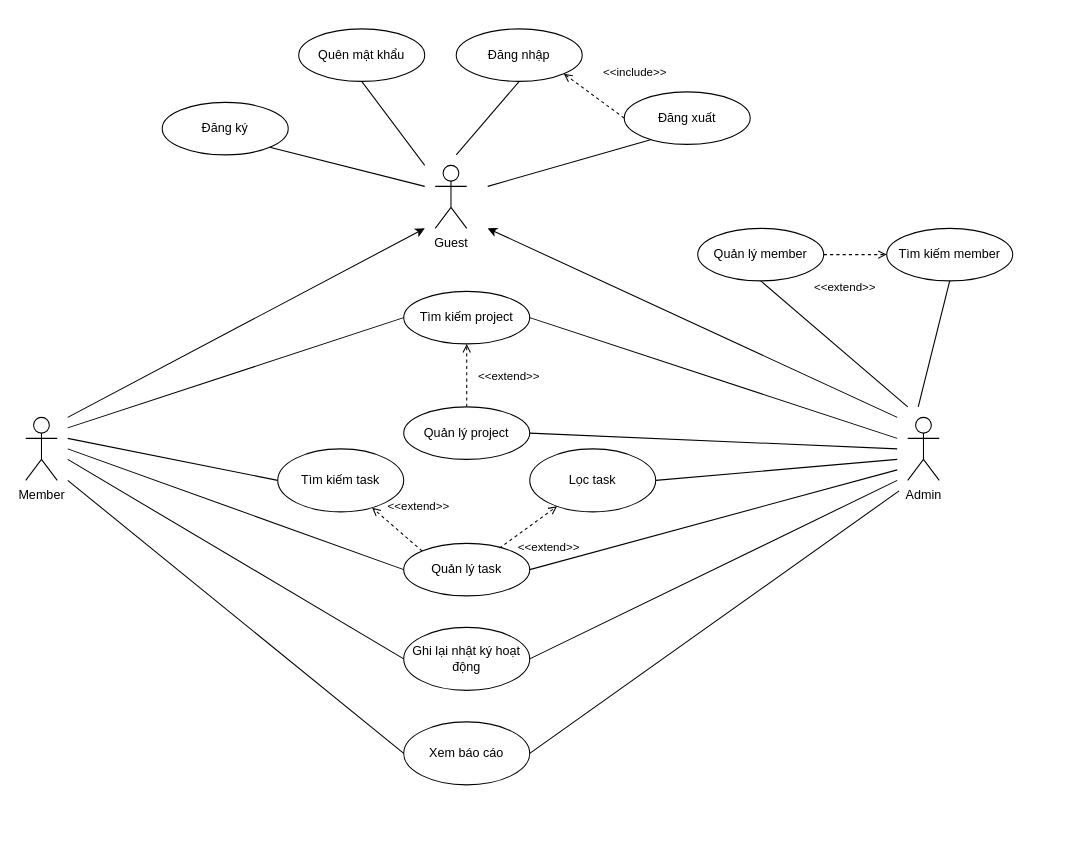
Before: page "Page-1" (1 of 7) of Untitled Diagram.drawio in NightFury712/Demo-Project-2, a draw.io diagram. Source tidied: cells renumbered, new cells numbered last; positions are measured from the earlier drawing's top-left corner, leaving out a move shared by most shapes. Both pictures are drawn from the tidied source at 105%, with x=0, y=0 at pixel (25, 28).
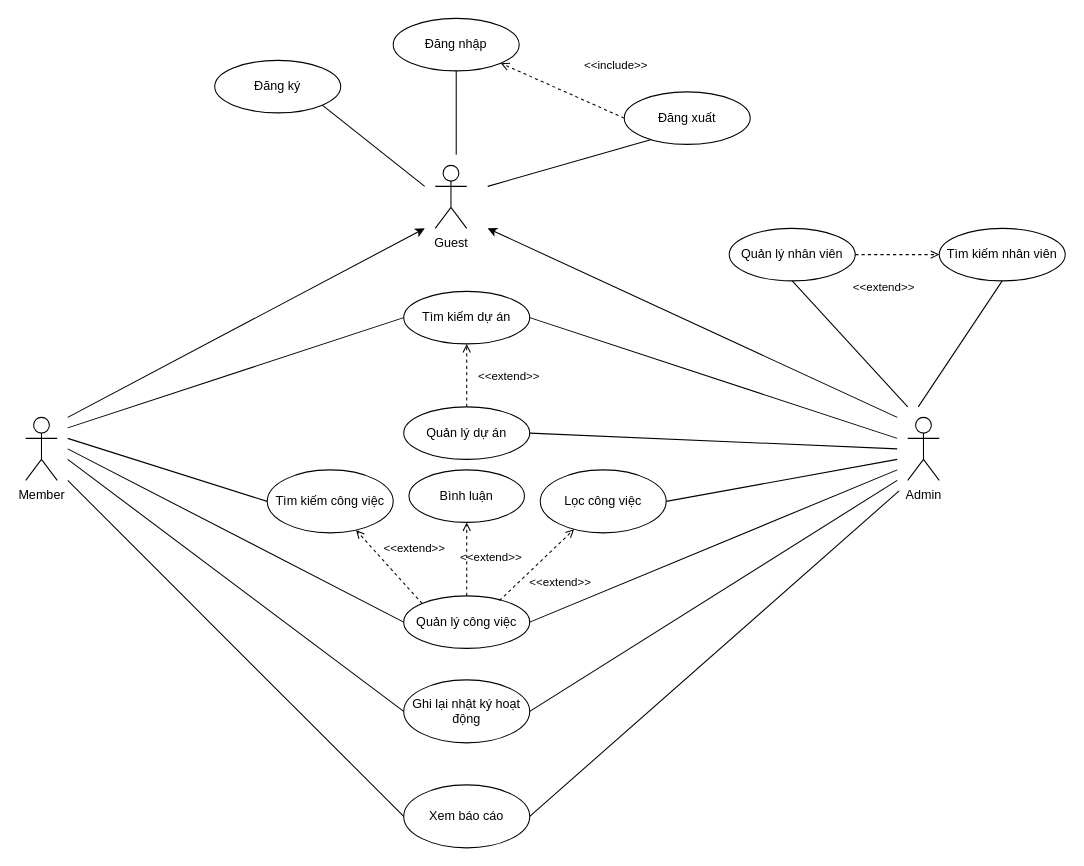
The same page after the edit.

What changed in the source:
```diff
@@
     <mxCell id="4" value="Ghi lại nhật ký hoạt động" style="ellipse;whiteSpace=wrap;html=1;" parent="1" vertex="1">
-      <mxGeometry x="360" y="570" width="120" height="60" as="geometry" />
+      <mxGeometry x="360" y="620" width="120" height="60" as="geometry" />
     </mxCell>
-    <mxCell id="5" value="Quản lý member" style="ellipse;whiteSpace=wrap;html=1;" parent="1" vertex="1">
-      <mxGeometry x="640" y="190" width="120" height="50" as="geometry" />
+    <mxCell id="5" value="Quản lý nhân viên" style="ellipse;whiteSpace=wrap;html=1;" parent="1" vertex="1">
+      <mxGeometry x="670" y="190" width="120" height="50" as="geometry" />
     </mxCell>
     <mxCell id="6" value="Đăng ký" style="ellipse;whiteSpace=wrap;html=1;" parent="1" vertex="1">
-      <mxGeometry x="130" y="70" width="120" height="50" as="geometry" />
+      <mxGeometry x="180" y="30" width="120" height="50" as="geometry" />
     </mxCell>
@@
     <mxCell id="8" value="Đăng nhập" style="ellipse;whiteSpace=wrap;html=1;" parent="1" vertex="1">
-      <mxGeometry x="410" width="120" height="50" as="geometry" />
+      <mxGeometry x="350" y="-10" width="120" height="50" as="geometry" />
     </mxCell>
-    <mxCell id="9" value="Quản lý task" style="ellipse;whiteSpace=wrap;html=1;" parent="1" vertex="1">
-      <mxGeometry x="360" y="490" width="120" height="50" as="geometry" />
+    <mxCell id="9" value="Quản lý công việc" style="ellipse;whiteSpace=wrap;html=1;" parent="1" vertex="1">
+      <mxGeometry x="360" y="540" width="120" height="50" as="geometry" />
     </mxCell>
-    <mxCell id="10" value="Tìm kiếm project" style="ellipse;whiteSpace=wrap;html=1;" parent="1" vertex="1">
+    <mxCell id="10" value="Tìm kiếm dự án" style="ellipse;whiteSpace=wrap;html=1;" parent="1" vertex="1">
       <mxGeometry x="360" y="250" width="120" height="50" as="geometry" />
     </mxCell>
@@
-    <mxCell id="24" value="Quản lý project" style="ellipse;whiteSpace=wrap;html=1;" parent="1" vertex="1">
+    <mxCell id="24" value="Quản lý dự án" style="ellipse;whiteSpace=wrap;html=1;" parent="1" vertex="1">
       <mxGeometry x="360" y="360" width="120" height="50" as="geometry" />
     </mxCell>
@@
-    <mxCell id="27" value="Lọc task" style="ellipse;whiteSpace=wrap;html=1;" parent="1" vertex="1">
-      <mxGeometry x="480" y="400" width="120" height="60" as="geometry" />
+    <mxCell id="27" value="Lọc công việc" style="ellipse;whiteSpace=wrap;html=1;" parent="1" vertex="1">
+      <mxGeometry x="490" y="420" width="120" height="60" as="geometry" />
     </mxCell>
-    <mxCell id="28" value="Tìm kiếm task" style="ellipse;whiteSpace=wrap;html=1;" parent="1" vertex="1">
-      <mxGeometry x="240" y="400" width="120" height="60" as="geometry" />
+    <mxCell id="28" value="Tìm kiếm công việc" style="ellipse;whiteSpace=wrap;html=1;" parent="1" vertex="1">
+      <mxGeometry x="230" y="420" width="120" height="60" as="geometry" />
     </mxCell>
@@
     <mxCell id="32" value="Xem báo cáo" style="ellipse;whiteSpace=wrap;html=1;" parent="1" vertex="1">
-      <mxGeometry x="360" y="660" width="120" height="60" as="geometry" />
+      <mxGeometry x="360" y="720" width="120" height="60" as="geometry" />
     </mxCell>
@@
-    <mxCell id="37" value="Tìm kiếm member" style="ellipse;whiteSpace=wrap;html=1;" parent="1" vertex="1">
-      <mxGeometry x="820" y="190" width="120" height="50" as="geometry" />
+    <mxCell id="37" value="Tìm kiếm nhân viên" style="ellipse;whiteSpace=wrap;html=1;" parent="1" vertex="1">
+      <mxGeometry x="870" y="190" width="120" height="50" as="geometry" />
     </mxCell>
@@
-    <mxCell id="40" value="Quên mật khẩu" style="ellipse;whiteSpace=wrap;html=1;" parent="1" vertex="1">
-      <mxGeometry x="260" width="120" height="50" as="geometry" />
-    </mxCell>
-    <mxCell id="41" style="endArrow=none;html=1;rounded=0;entryX=0.5;entryY=1;entryDx=0;entryDy=0;" parent="1" edge="1" target="40">
-      <mxGeometry relative="1" as="geometry">
-        <mxPoint x="380" y="130" as="sourcePoint" />
-      </mxGeometry>
-    </mxCell>
+    <mxCell id="42" value="Bình luận" style="ellipse;whiteSpace=wrap;html=1;" parent="1" vertex="1">
+      <mxGeometry x="365" y="420" width="110" height="50" as="geometry" />
+    </mxCell>
+    <mxCell id="43" value="&amp;lt;&amp;lt;extend&amp;gt;&amp;gt;" style="html=1;verticalAlign=bottom;labelBackgroundColor=none;endArrow=open;endFill=0;dashed=1;rounded=0;exitX=0.5;exitY=0;exitDx=0;exitDy=0;entryX=0.5;entryY=1;entryDx=0;entryDy=0;" parent="1" edge="1" source="9" target="42">
+      <mxGeometry x="-0.21" y="-23" relative="1" as="geometry" />
+    </mxCell>
```
